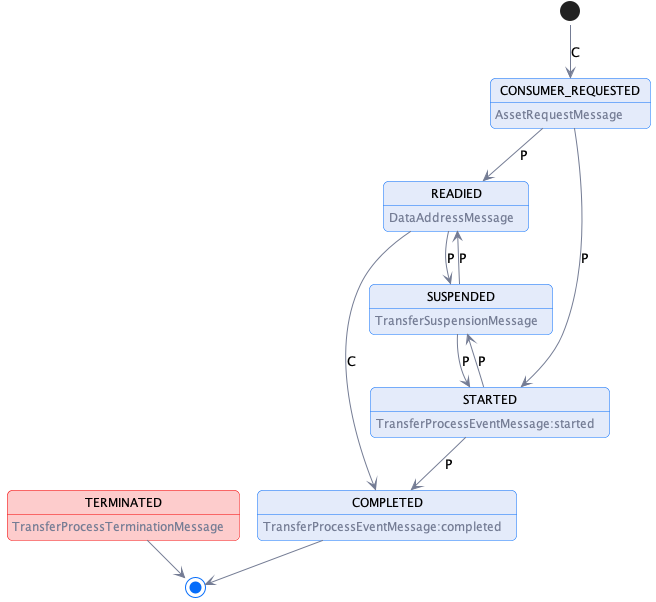
Above: specifications/transfer/transfer.process.state.machine.png in Metaform/edc-protocols (PlantUML), before the change.
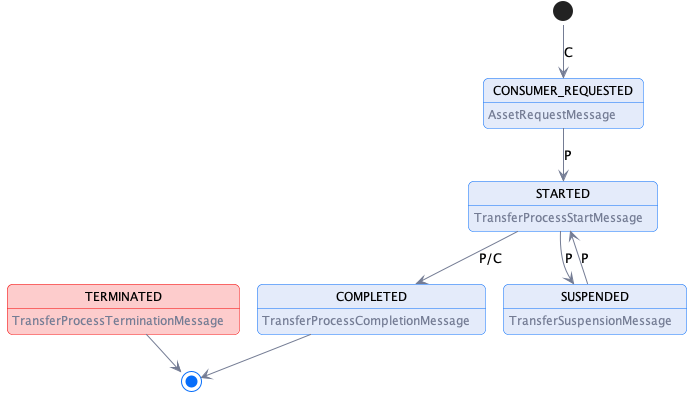
The same diagram one commit later.

The edit, as a diff of the source:
```diff
@@ -6,22 +6,17 @@
 hide empty description
 
 state CONSUMER_REQUESTED: <color:$darkGray>AssetRequestMessage
-state READIED: <color:$darkGray>DataAddressMessage
-state STARTED: <color:$darkGray>TransferProcessEventMessage:started
-state COMPLETED: <color:$darkGray>TransferProcessEventMessage:completed
+state STARTED: <color:$darkGray>TransferProcessStartMessage
+state COMPLETED: <color:$darkGray>TransferProcessCompletionMessage
 state SUSPENDED: <color:$darkGray>TransferSuspensionMessage
 
 state TERMINATED $lightRed #$borderRed : <color:$darkGray>TransferProcessTerminationMessage
 
 [*] --> CONSUMER_REQUESTED: C
-CONSUMER_REQUESTED -->  READIED: P
 CONSUMER_REQUESTED -->  STARTED: P
-READIED -->  COMPLETED: C
-STARTED -->  COMPLETED: P
+STARTED -->  COMPLETED: P/C
 STARTED -->  SUSPENDED: P
-READIED -->  SUSPENDED: P
 SUSPENDED --> STARTED: P
-SUSPENDED --> READIED: P
 COMPLETED -->[*]
 
 TERMINATED --> [*]
```
